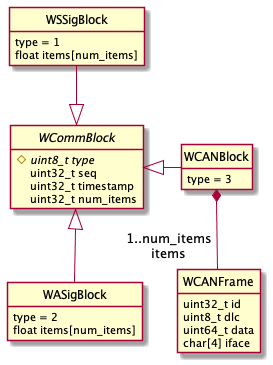
Earlier version of the PlantUML export Doc/Paper/out/images/data_structures/data_structures.png (SystemsCyber/Software-Defined-Truck).
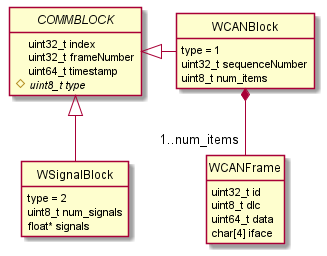
Later version of the same file.

What changed in the source:
```diff
@@ -6,34 +6,34 @@
 
 
 
-     abstract class WCommBlock{
+    abstract class COMMBLOCK{
+        uint32_t index
+        uint32_t frameNumber
+        uint64_t timestamp
         {abstract} #uint8_t type
-        uint32_t seq
-        uint32_t timestamp
-        uint32_t num_items
-     }
-
-    class WSSigBlock{
-        type = 1
-        float items[num_items]
     }
 
-    class WASigBlock{
+    class WSignalBlock{
         type = 2
-        float items[num_items]
+        uint8_t num_signals
+        float* signals
     }
+    COMMBLOCK <|-d- WSignalBlock
 
-    class WCANBlock{
-        type = 3
-    }
-    WCANBlock *-d-"1..num_items\nitems"WCANFrame
     class WCANFrame{
         uint32_t id
         uint8_t dlc
         uint64_t data
         char[4] iface
     }
-    WCommBlock <|-u- WSSigBlock
-    WCommBlock <|-d- WASigBlock
-    WCommBlock <|- WCANBlock
+    class WCANBlock{
+        type = 1
+        uint32_t sequenceNumber
+        uint8_t num_items
+    }
+
+    COMMBLOCK <|-r- WCANBlock
+    WCANBlock *-d-"1..num_items"WCANFrame
+
+
 @enduml
```
